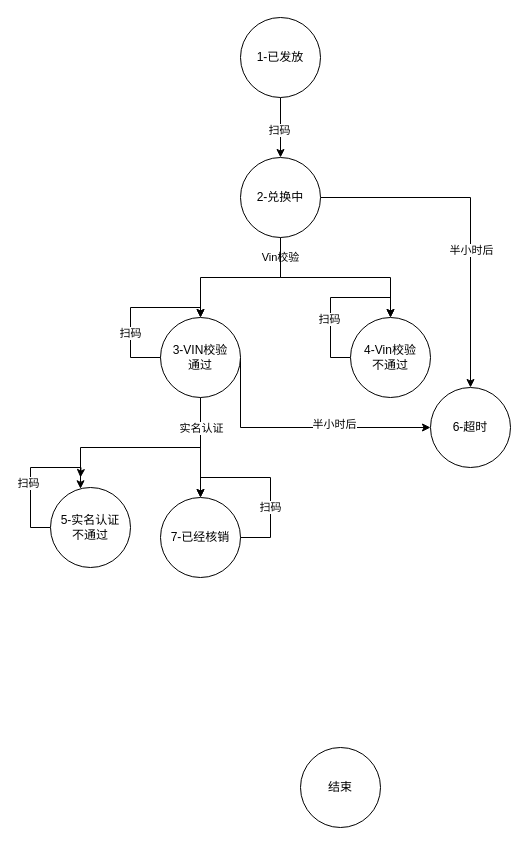
A-Rivi/draw keeps this draw.io diagram as process/未命名绘图.drawio. Above is the earlier version. Source tidied: cells renumbered, new cells numbered last; positions are measured from the earlier drawing's top-left corner, leaving out a move shared by most shapes. Both pictures are drawn from the tidied source at 100%, with x=0, y=0 at pixel (50, 17).
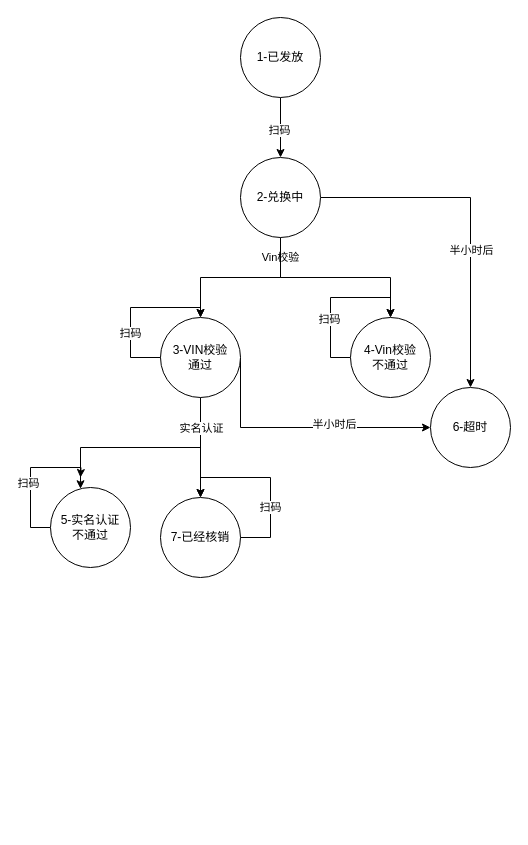
The same page after the edit.

Commit message:
更新未命名绘图.drawio

Change to the diagram source:
```diff
@@
-    <mxCell id="21" value="结束" style="ellipse;whiteSpace=wrap;html=1;" parent="1" vertex="1">
-      <mxGeometry x="250" y="730" width="80" height="80" as="geometry" />
-    </mxCell>
```
